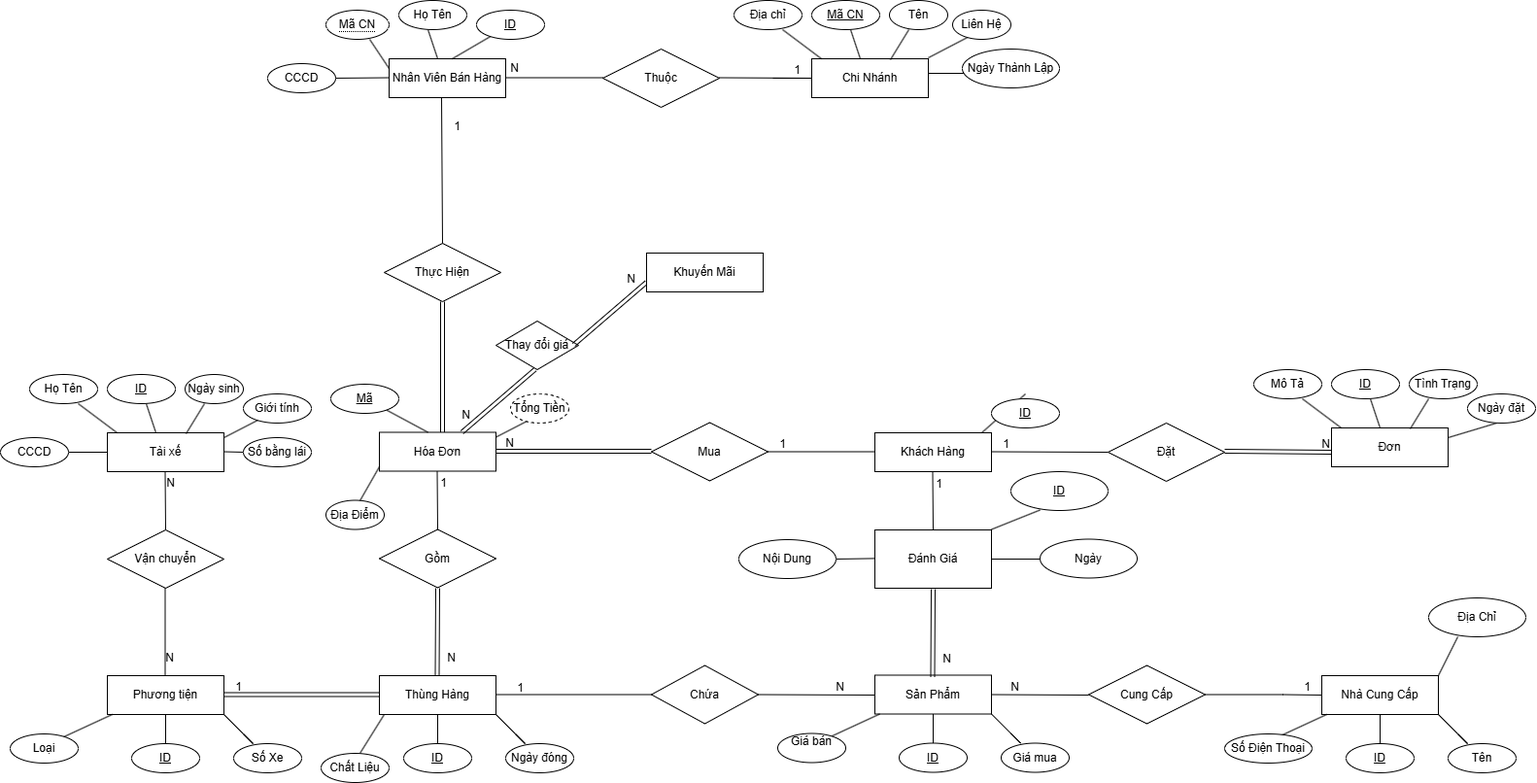
Dungnony/08-03 keeps this draw.io diagram as Biểu đồ không có tiêu đề.drawio.png. Above is the earlier version. Source tidied: cells renumbered, new cells last; positions are measured from the earlier drawing's top-left corner, leaving out a move shared by most shapes.
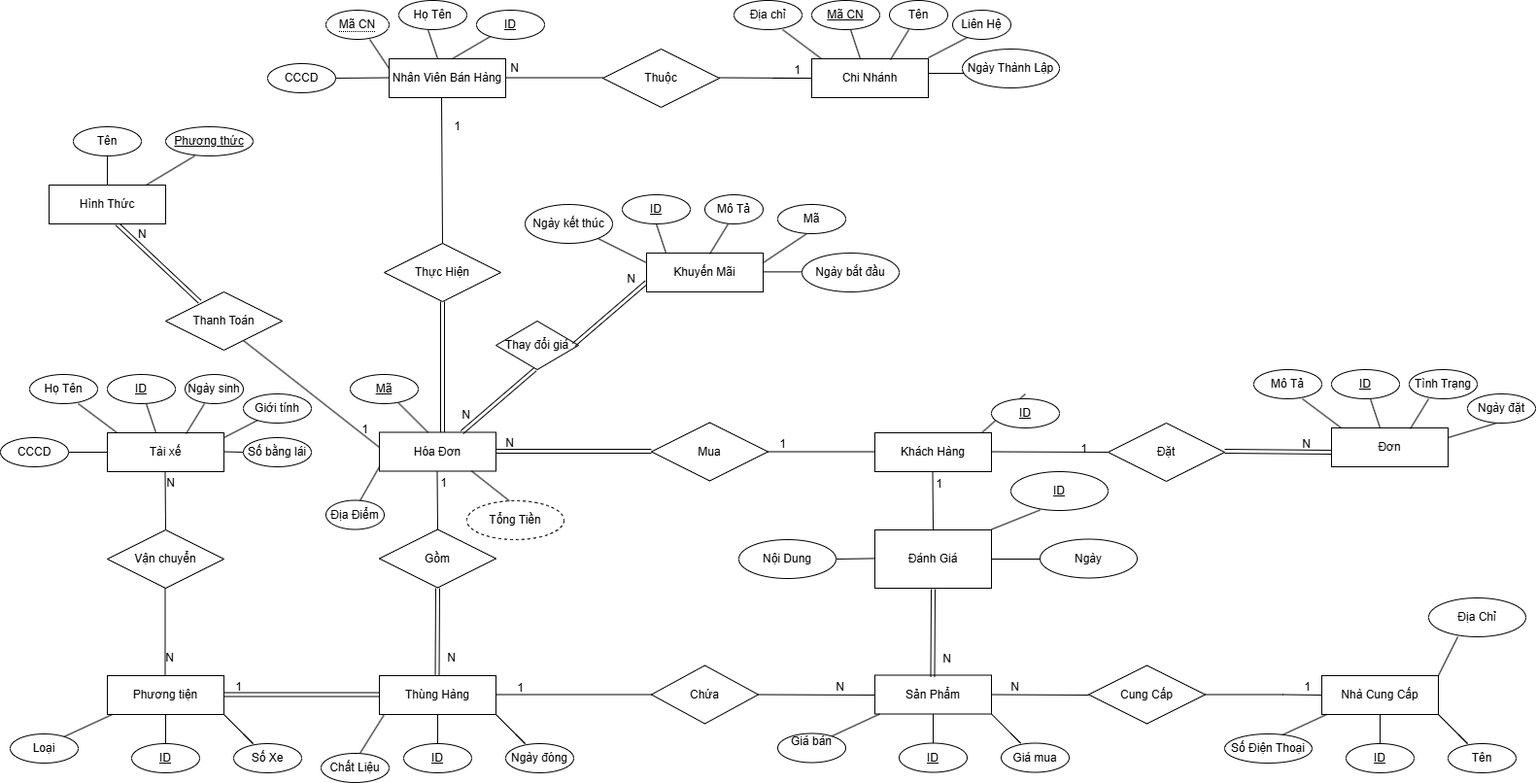
The same diagram one commit later.

Commit message:
Cập nhật Biểu đồ không có tiêu đề.drawio.png

The edit, as a diff of the source:
```diff
@@ -289,19 +289,13 @@
     <mxCell id="65" value="Địa Điểm" style="ellipse;whiteSpace=wrap;html=1;align=center;rotation=0;" parent="1" vertex="1">
       <mxGeometry x="335" y="514.5" width="60" height="30" as="geometry" />
     </mxCell>
-    <mxCell id="66" style="endArrow=none;html=1;rounded=0;" parent="1" edge="1">
-      <mxGeometry relative="1" as="geometry">
-        <mxPoint x="510" y="449.5" as="sourcePoint" />
-        <mxPoint x="545.1" y="431.4" as="targetPoint" />
-      </mxGeometry>
-    </mxCell>
     <mxCell id="67" style="endArrow=none;html=1;rounded=0;" parent="1" edge="1" target="68">
       <mxGeometry relative="1" as="geometry">
         <mxPoint x="440" y="444.5" as="sourcePoint" />
       </mxGeometry>
     </mxCell>
     <mxCell id="68" value="Mã" style="ellipse;whiteSpace=wrap;html=1;align=center;fontStyle=4;" parent="1" vertex="1">
-      <mxGeometry x="340" y="395" width="70" height="30" as="geometry" />
+      <mxGeometry x="360" y="385" width="70" height="30" as="geometry" />
     </mxCell>
     <mxCell id="69" style="endArrow=none;html=1;rounded=0;" parent="1" edge="1">
       <mxGeometry relative="1" as="geometry">
@@ -317,9 +311,6 @@
     <mxCell id="71" value="Gồm" style="shape=rhombus;perimeter=rhombusPerimeter;whiteSpace=wrap;html=1;align=center;" parent="1" vertex="1">
       <mxGeometry x="390" y="544.5" width="120" height="60" as="geometry" />
     </mxCell>
-    <mxCell id="72" value="Tổng Tiền" style="ellipse;whiteSpace=wrap;html=1;align=center;dashed=1;" parent="1" vertex="1">
-      <mxGeometry x="525" y="405" width="60" height="30" as="geometry" />
-    </mxCell>
     <mxCell id="73" style="shape=link;html=1;rounded=0;" parent="1" edge="1">
       <mxGeometry relative="1" as="geometry">
         <mxPoint x="449.5" y="695" as="sourcePoint" />
@@ -504,7 +495,7 @@
     </mxCell>
     <mxCell id="113" value="1" style="html=1;whiteSpace=wrap;align=right;verticalAlign=bottom;" parent="112" vertex="1">
       <mxGeometry x="1" relative="1" as="geometry">
-        <mxPoint x="-100" as="offset" />
+        <mxPoint x="-20" y="5" as="offset" />
       </mxGeometry>
     </mxCell>
     <mxCell id="114" value="Đặt" style="shape=rhombus;perimeter=rhombusPerimeter;whiteSpace=wrap;html=1;align=center;" parent="1" vertex="1">
@@ -517,7 +508,9 @@
       </mxGeometry>
     </mxCell>
     <mxCell id="116" value="N" style="html=1;whiteSpace=wrap;align=right;verticalAlign=bottom;" parent="115" vertex="1">
-      <mxGeometry x="1" relative="1" as="geometry" />
+      <mxGeometry x="1" relative="1" as="geometry">
+        <mxPoint x="-20" as="offset" />
+      </mxGeometry>
     </mxCell>
     <mxCell id="117" value="Đơn" style="rounded=0;whiteSpace=wrap;html=1;" parent="1" vertex="1">
       <mxGeometry x="1370" y="440" width="120" height="40" as="geometry" />
@@ -659,5 +652,110 @@
     <mxCell id="147" value="Khuyến Mãi" style="rounded=0;whiteSpace=wrap;html=1;" parent="1" vertex="1">
       <mxGeometry x="665" y="260" width="120" height="40" as="geometry" />
     </mxCell>
+    <mxCell id="148" style="endArrow=none;html=1;rounded=0;" parent="1" edge="1">
+      <mxGeometry relative="1" as="geometry">
+        <mxPoint x="785" y="270" as="sourcePoint" />
+        <mxPoint x="830" y="240" as="targetPoint" />
+      </mxGeometry>
+    </mxCell>
+    <mxCell id="149" style="endArrow=none;html=1;rounded=0;" parent="1" edge="1">
+      <mxGeometry relative="1" as="geometry">
+        <mxPoint x="685" y="260" as="sourcePoint" />
+        <mxPoint x="675" y="230" as="targetPoint" />
+        <Array as="points">
+          <mxPoint x="685" y="260" />
+        </Array>
+      </mxGeometry>
+    </mxCell>
+    <mxCell id="150" value="ID" style="ellipse;whiteSpace=wrap;html=1;align=center;fontStyle=4;" parent="1" vertex="1">
+      <mxGeometry x="640" y="200" width="70" height="30" as="geometry" />
+    </mxCell>
+    <mxCell id="151" value="Mã" style="ellipse;whiteSpace=wrap;html=1;align=center;" parent="1" vertex="1">
+      <mxGeometry x="800" y="210" width="70" height="30" as="geometry" />
+    </mxCell>
+    <mxCell id="152" style="endArrow=none;html=1;rounded=0;exitX=0.675;exitY=0.025;exitDx=0;exitDy=0;exitPerimeter=0;" parent="1" edge="1">
+      <mxGeometry relative="1" as="geometry">
+        <mxPoint x="730" y="261" as="sourcePoint" />
+        <mxPoint x="749" y="230" as="targetPoint" />
+      </mxGeometry>
+    </mxCell>
+    <mxCell id="153" value="Mô Tả" style="ellipse;whiteSpace=wrap;html=1;align=center;rotation=0;" parent="1" vertex="1">
+      <mxGeometry x="725" y="200" width="60" height="30" as="geometry" />
+    </mxCell>
+    <mxCell id="154" value="Ngày bắt đầu" style="ellipse;whiteSpace=wrap;html=1;align=center;rotation=0;" parent="1" vertex="1">
+      <mxGeometry x="825" y="260" width="100" height="40" as="geometry" />
+    </mxCell>
+    <mxCell id="155" style="endArrow=none;html=1;rounded=0;" parent="1" edge="1">
+      <mxGeometry relative="1" as="geometry">
+        <mxPoint x="785" y="279.4" as="sourcePoint" />
+        <mxPoint x="825" y="279.4" as="targetPoint" />
+        <Array as="points">
+          <mxPoint x="825" y="279.4" />
+        </Array>
+      </mxGeometry>
+    </mxCell>
+    <mxCell id="156" style="endArrow=none;html=1;rounded=0;" parent="1" edge="1" target="157">
+      <mxGeometry relative="1" as="geometry">
+        <mxPoint x="665" y="270" as="sourcePoint" />
+      </mxGeometry>
+    </mxCell>
+    <mxCell id="157" value="Ngày kết thúc" style="ellipse;whiteSpace=wrap;html=1;align=center;" parent="1" vertex="1">
+      <mxGeometry x="540" y="210" width="90" height="40" as="geometry" />
+    </mxCell>
+    <mxCell id="158" style="endArrow=none;html=1;rounded=0;" parent="1" edge="1">
+      <mxGeometry relative="1" as="geometry">
+        <mxPoint x="485" y="484.5" as="sourcePoint" />
+        <mxPoint x="530" y="520" as="targetPoint" />
+      </mxGeometry>
+    </mxCell>
+    <mxCell id="72" value="Tổng Tiền" style="ellipse;whiteSpace=wrap;html=1;align=center;dashed=1;" parent="1" vertex="1">
+      <mxGeometry x="480" y="515" width="100" height="40" as="geometry" />
+    </mxCell>
+    <mxCell id="159" style="endArrow=none;html=1;rounded=0;" parent="1" edge="1">
+      <mxGeometry relative="1" as="geometry">
+        <mxPoint x="250" y="350" as="sourcePoint" />
+        <mxPoint x="390" y="460" as="targetPoint" />
+      </mxGeometry>
+    </mxCell>
+    <mxCell id="160" value="1" style="html=1;whiteSpace=wrap;align=right;verticalAlign=bottom;" parent="159" vertex="1">
+      <mxGeometry x="1" relative="1" as="geometry">
+        <mxPoint x="-10" y="-10" as="offset" />
+      </mxGeometry>
+    </mxCell>
+    <mxCell id="161" value="Thanh Toán" style="shape=rhombus;perimeter=rhombusPerimeter;whiteSpace=wrap;html=1;align=center;" parent="1" vertex="1">
+      <mxGeometry x="170" y="300" width="120" height="60" as="geometry" />
+    </mxCell>
+    <mxCell id="162" style="shape=link;html=1;rounded=0;" parent="1" edge="1">
+      <mxGeometry relative="1" as="geometry">
+        <mxPoint x="120" y="230" as="sourcePoint" />
+        <mxPoint x="205" y="310" as="targetPoint" />
+      </mxGeometry>
+    </mxCell>
+    <mxCell id="163" value="N" style="html=1;whiteSpace=wrap;align=left;verticalAlign=bottom;" parent="162" vertex="1">
+      <mxGeometry x="-1" relative="1" as="geometry">
+        <mxPoint x="20" y="19" as="offset" />
+      </mxGeometry>
+    </mxCell>
+    <mxCell id="164" value="Hình Thức" style="rounded=0;whiteSpace=wrap;html=1;" parent="1" vertex="1">
+      <mxGeometry x="50" y="190" width="120" height="40" as="geometry" />
+    </mxCell>
+    <mxCell id="165" style="endArrow=none;html=1;rounded=0;" parent="1" edge="1">
+      <mxGeometry relative="1" as="geometry">
+        <mxPoint x="110" y="190" as="sourcePoint" />
+        <mxPoint x="110" y="150" as="targetPoint" />
+      </mxGeometry>
+    </mxCell>
+    <mxCell id="166" value="Tên" style="ellipse;whiteSpace=wrap;html=1;align=center;" parent="1" vertex="1">
+      <mxGeometry x="75" y="130" width="70" height="30" as="geometry" />
+    </mxCell>
+    <mxCell id="167" style="endArrow=none;html=1;rounded=0;" parent="1" edge="1">
+      <mxGeometry relative="1" as="geometry">
+        <mxPoint x="150" y="190" as="sourcePoint" />
+        <mxPoint x="200" y="160" as="targetPoint" />
+      </mxGeometry>
+    </mxCell>
+    <mxCell id="168" value="Phương thức" style="ellipse;whiteSpace=wrap;html=1;align=center;fontStyle=4;" parent="1" vertex="1">
+      <mxGeometry x="170" y="130" width="90" height="30" as="geometry" />
+    </mxCell>
   </root>
 </mxGraphModel>
```
